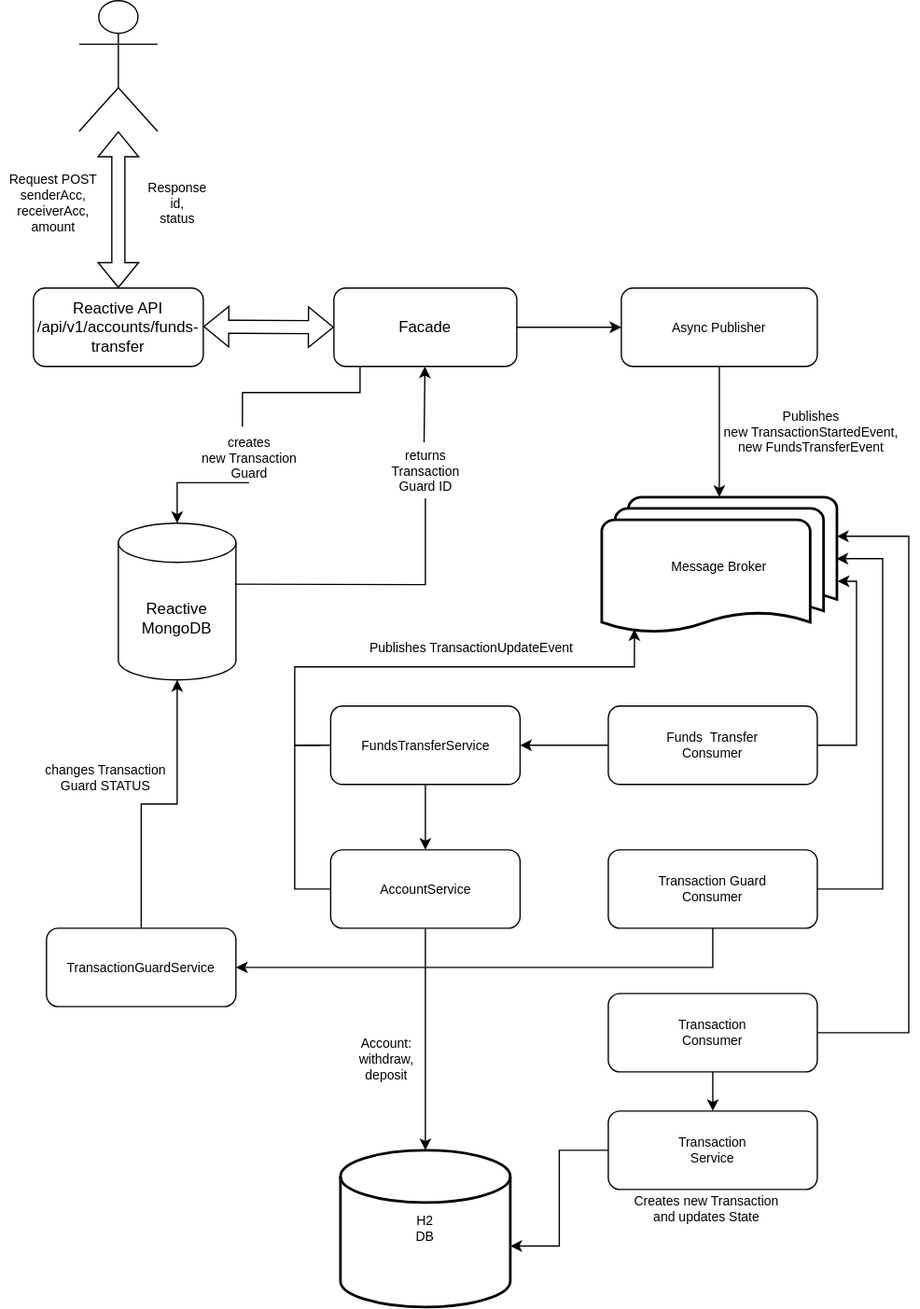
Before: flow.svg, a diagram exported from draw.io (morthenn/can-into-space). Source tidied: cells renumbered, new cells last; positions are measured from the earlier drawing's top-left corner, leaving out a move shared by most shapes. Its diagram source:
```xml
<mxGraphModel>
  <root>
    <mxCell id="0" />
    <mxCell id="1" parent="0" />
    <mxCell id="2" value="Reactive API&lt;br&gt;/api/v1/accounts/funds-transfer" style="rounded=1;whiteSpace=wrap;html=1;" parent="1" vertex="1">
      <mxGeometry x="25" y="220" width="130" height="60" as="geometry" />
    </mxCell>
    <mxCell id="3" value="Reactive&lt;br&gt;MongoDB" style="shape=cylinder3;whiteSpace=wrap;html=1;boundedLbl=1;backgroundOutline=1;size=15;" parent="1" vertex="1">
      <mxGeometry x="90" y="400" width="90" height="120" as="geometry" />
    </mxCell>
    <mxCell id="4" value="Facade" style="rounded=1;whiteSpace=wrap;html=1;" parent="1" vertex="1">
      <mxGeometry x="255" y="220" width="140" height="60" as="geometry" />
    </mxCell>
    <mxCell id="5" style="endArrow=classic;html=1;rounded=0;exitX=0.5;exitY=0.975;exitDx=0;exitDy=0;exitPerimeter=0;startArrow=none;" parent="1" edge="1" source="6" target="3">
      <mxGeometry relative="1" as="geometry">
        <Array as="points">
          <mxPoint x="135" y="369" />
        </Array>
      </mxGeometry>
    </mxCell>
    <mxCell id="6" value="creates&lt;br style=&quot;font-size: 10px&quot;&gt;new Transaction&lt;br&gt;Guard" style="text;html=1;align=center;verticalAlign=middle;points=[];strokeColor=none;fillColor=none;fontSize=10;" parent="1" vertex="1">
      <mxGeometry x="145" y="330" width="90" height="40" as="geometry" />
    </mxCell>
    <mxCell id="7" style="endArrow=none;html=1;rounded=0;entryX=0.444;entryY=-0.1;entryDx=0;entryDy=0;entryPerimeter=0;" parent="1" edge="1" target="6">
      <mxGeometry relative="1" as="geometry">
        <mxPoint x="275" y="280" as="sourcePoint" />
        <Array as="points">
          <mxPoint x="275" y="300" />
          <mxPoint x="185" y="300" />
        </Array>
      </mxGeometry>
    </mxCell>
    <mxCell id="8" style="endArrow=none;html=1;rounded=0;exitX=0.5;exitY=1.025;exitDx=0;exitDy=0;exitPerimeter=0;startArrow=none;endFill=0;entryX=0.991;entryY=0.389;entryDx=0;entryDy=0;entryPerimeter=0;" parent="1" edge="1" source="9" target="3">
      <mxGeometry relative="1" as="geometry">
        <Array as="points">
          <mxPoint x="325" y="447" />
        </Array>
      </mxGeometry>
    </mxCell>
    <mxCell id="9" value="returns &lt;br&gt;Transaction&lt;br&gt;Guard ID" style="text;html=1;align=center;verticalAlign=middle;points=[];strokeColor=none;fillColor=none;fontSize=10;" parent="1" vertex="1">
      <mxGeometry x="290" y="340" width="70" height="40" as="geometry" />
    </mxCell>
    <mxCell id="10" style="endArrow=none;html=1;rounded=0;startArrow=classic;startFill=1;entryX=0.486;entryY=-0.05;entryDx=0;entryDy=0;entryPerimeter=0;" parent="1" edge="1" source="4" target="9">
      <mxGeometry relative="1" as="geometry" />
    </mxCell>
    <mxCell id="11" style="shape=umlActor;verticalLabelPosition=bottom;verticalAlign=top;html=1;fontSize=10;" parent="1" vertex="1">
      <mxGeometry x="60" width="60" height="100" as="geometry" />
    </mxCell>
    <mxCell id="12" style="edgeStyle=orthogonalEdgeStyle;rounded=0;jettySize=auto;html=1;entryX=0.467;entryY=0.833;entryDx=0;entryDy=0;entryPerimeter=0;fontSize=10;startArrow=classic;startFill=1;endArrow=none;endFill=0;" parent="1" edge="1" source="13" target="15">
      <mxGeometry relative="1" as="geometry">
        <Array as="points">
          <mxPoint x="550" y="270" />
        </Array>
      </mxGeometry>
    </mxCell>
    <mxCell id="13" value="Message Broker" style="strokeWidth=2;html=1;shape=mxgraph.flowchart.multi-document;whiteSpace=wrap;fontSize=10;" parent="1" vertex="1">
      <mxGeometry x="460" y="380" width="180" height="105" as="geometry" />
    </mxCell>
    <mxCell id="14" style="edgeStyle=orthogonalEdgeStyle;rounded=0;jettySize=auto;html=1;fontSize=10;startArrow=classic;startFill=1;endArrow=none;endFill=0;" parent="1" edge="1" source="15" target="4">
      <mxGeometry relative="1" as="geometry" />
    </mxCell>
    <mxCell id="15" value="Async Publisher" style="rounded=1;whiteSpace=wrap;html=1;fontSize=10;" parent="1" vertex="1">
      <mxGeometry x="475" y="220" width="150" height="60" as="geometry" />
    </mxCell>
    <mxCell id="16" style="shape=flexArrow;endArrow=classic;startArrow=classic;html=1;rounded=0;fontSize=10;entryX=0.5;entryY=0;entryDx=0;entryDy=0;" parent="1" edge="1" target="2">
      <mxGeometry relative="1" as="geometry">
        <mxPoint x="90" y="100" as="sourcePoint" />
      </mxGeometry>
    </mxCell>
    <mxCell id="17" style="shape=flexArrow;endArrow=classic;startArrow=classic;html=1;rounded=0;fontSize=10;entryX=0;entryY=0.5;entryDx=0;entryDy=0;" parent="1" edge="1" target="4">
      <mxGeometry relative="1" as="geometry">
        <mxPoint x="155" y="249.5" as="sourcePoint" />
      </mxGeometry>
    </mxCell>
    <mxCell id="18" value="Request POST&lt;br&gt;senderAcc,&lt;br&gt;receiverAcc,&lt;br&gt;amount" style="text;html=1;align=center;verticalAlign=middle;strokeColor=none;fillColor=none;fontSize=10;" parent="1" vertex="1">
      <mxGeometry y="130" width="80" height="50" as="geometry" />
    </mxCell>
    <mxCell id="19" value="Response&lt;br&gt;id,&lt;br&gt;status" style="text;html=1;align=center;verticalAlign=middle;strokeColor=none;fillColor=none;fontSize=10;" parent="1" vertex="1">
      <mxGeometry x="105" y="135" width="60" height="40" as="geometry" />
    </mxCell>
    <mxCell id="20" value="Publishes&lt;br&gt;new TransactionStartedEvent,&lt;br&gt;new FundsTransferEvent" style="text;html=1;align=center;verticalAlign=middle;strokeColor=none;fillColor=none;fontSize=10;" parent="1" vertex="1">
      <mxGeometry x="545" y="310" width="150" height="40" as="geometry" />
    </mxCell>
    <mxCell id="21" style="edgeStyle=orthogonalEdgeStyle;rounded=0;jettySize=auto;html=1;fontSize=10;startArrow=none;startFill=0;endArrow=classic;endFill=1;exitX=1;exitY=0.5;exitDx=0;exitDy=0;entryX=1.003;entryY=0.613;entryDx=0;entryDy=0;entryPerimeter=0;" parent="1" edge="1" source="22" target="13">
      <mxGeometry relative="1" as="geometry">
        <Array as="points">
          <mxPoint x="655" y="570" />
          <mxPoint x="655" y="444" />
        </Array>
      </mxGeometry>
    </mxCell>
    <mxCell id="22" value="Funds&amp;nbsp; Transfer&lt;br&gt;Consumer" style="rounded=1;whiteSpace=wrap;html=1;fontSize=10;" parent="1" vertex="1">
      <mxGeometry x="465" y="540" width="160" height="60" as="geometry" />
    </mxCell>
    <mxCell id="23" style="edgeStyle=orthogonalEdgeStyle;rounded=0;jettySize=auto;html=1;fontSize=10;startArrow=none;startFill=0;endArrow=classic;endFill=1;exitX=1;exitY=0.5;exitDx=0;exitDy=0;" parent="1" edge="1" source="25" target="13">
      <mxGeometry relative="1" as="geometry">
        <Array as="points">
          <mxPoint x="695" y="790" />
          <mxPoint x="695" y="410" />
        </Array>
      </mxGeometry>
    </mxCell>
    <mxCell id="24" style="edgeStyle=orthogonalEdgeStyle;rounded=0;jettySize=auto;html=1;fontSize=10;startArrow=none;startFill=0;endArrow=classic;endFill=1;" parent="1" edge="1" source="25" target="43">
      <mxGeometry relative="1" as="geometry" />
    </mxCell>
    <mxCell id="25" value="Transaction&lt;br&gt;Consumer" style="rounded=1;whiteSpace=wrap;html=1;fontSize=10;" parent="1" vertex="1">
      <mxGeometry x="465" y="760" width="160" height="60" as="geometry" />
    </mxCell>
    <mxCell id="26" style="edgeStyle=orthogonalEdgeStyle;rounded=0;jettySize=auto;html=1;entryX=1;entryY=0.5;entryDx=0;entryDy=0;fontSize=10;startArrow=none;startFill=0;endArrow=classic;endFill=1;exitX=0;exitY=0.5;exitDx=0;exitDy=0;" parent="1" edge="1" source="22" target="32">
      <mxGeometry relative="1" as="geometry">
        <Array as="points">
          <mxPoint x="405" y="570" />
          <mxPoint x="405" y="570" />
        </Array>
      </mxGeometry>
    </mxCell>
    <mxCell id="27" style="edgeStyle=orthogonalEdgeStyle;rounded=0;jettySize=auto;html=1;entryX=1;entryY=0.5;entryDx=0;entryDy=0;fontSize=10;startArrow=none;startFill=0;endArrow=classic;endFill=1;" parent="1" edge="1" source="28" target="39">
      <mxGeometry relative="1" as="geometry">
        <Array as="points">
          <mxPoint x="545" y="740" />
        </Array>
      </mxGeometry>
    </mxCell>
    <mxCell id="28" value="Transaction Guard&lt;br&gt;Consumer" style="rounded=1;whiteSpace=wrap;html=1;fontSize=10;" parent="1" vertex="1">
      <mxGeometry x="465" y="650" width="160" height="60" as="geometry" />
    </mxCell>
    <mxCell id="29" style="edgeStyle=orthogonalEdgeStyle;rounded=0;jettySize=auto;html=1;fontSize=10;startArrow=none;startFill=0;endArrow=classic;endFill=1;exitX=1;exitY=0.5;exitDx=0;exitDy=0;entryX=0.998;entryY=0.449;entryDx=0;entryDy=0;entryPerimeter=0;" parent="1" edge="1" source="28" target="13">
      <mxGeometry relative="1" as="geometry">
        <Array as="points">
          <mxPoint x="675" y="680" />
          <mxPoint x="675" y="427" />
        </Array>
      </mxGeometry>
    </mxCell>
    <mxCell id="30" value="H2&lt;br&gt;DB" style="strokeWidth=2;html=1;shape=mxgraph.flowchart.database;whiteSpace=wrap;fontSize=10;" parent="1" vertex="1">
      <mxGeometry x="260" y="880" width="130" height="120" as="geometry" />
    </mxCell>
    <mxCell id="31" style="edgeStyle=orthogonalEdgeStyle;rounded=0;jettySize=auto;html=1;entryX=0.139;entryY=0.962;entryDx=0;entryDy=0;entryPerimeter=0;fontSize=10;startArrow=none;startFill=0;endArrow=classic;endFill=1;" parent="1" edge="1" source="32" target="13">
      <mxGeometry relative="1" as="geometry">
        <Array as="points">
          <mxPoint x="225" y="570" />
          <mxPoint x="225" y="510" />
          <mxPoint x="485" y="510" />
        </Array>
      </mxGeometry>
    </mxCell>
    <mxCell id="32" value="FundsTransferService&lt;br&gt;" style="rounded=1;whiteSpace=wrap;html=1;fontSize=10;" parent="1" vertex="1">
      <mxGeometry x="252.5" y="540" width="145" height="60" as="geometry" />
    </mxCell>
    <mxCell id="33" style="edgeStyle=orthogonalEdgeStyle;rounded=0;jettySize=auto;html=1;entryX=0.5;entryY=0;entryDx=0;entryDy=0;entryPerimeter=0;fontSize=10;startArrow=none;startFill=0;endArrow=classic;endFill=1;" parent="1" edge="1" source="34" target="30">
      <mxGeometry relative="1" as="geometry" />
    </mxCell>
    <mxCell id="34" value="AccountService" style="rounded=1;whiteSpace=wrap;html=1;fontSize=10;" parent="1" vertex="1">
      <mxGeometry x="252.5" y="650" width="145" height="60" as="geometry" />
    </mxCell>
    <mxCell id="35" style="edgeStyle=orthogonalEdgeStyle;rounded=0;jettySize=auto;html=1;fontSize=10;startArrow=none;startFill=0;endArrow=none;endFill=0;exitX=0;exitY=0.5;exitDx=0;exitDy=0;" parent="1" edge="1" source="34">
      <mxGeometry relative="1" as="geometry">
        <mxPoint x="245" y="570" as="targetPoint" />
        <Array as="points">
          <mxPoint x="225" y="680" />
          <mxPoint x="225" y="570" />
        </Array>
      </mxGeometry>
    </mxCell>
    <mxCell id="36" value="Publishes TransactionUpdateEvent" style="text;html=1;align=center;verticalAlign=middle;strokeColor=none;fillColor=none;fontSize=10;" parent="1" vertex="1">
      <mxGeometry x="275" y="485" width="170" height="20" as="geometry" />
    </mxCell>
    <mxCell id="37" style="edgeStyle=orthogonalEdgeStyle;rounded=0;jettySize=auto;html=1;fontSize=10;startArrow=none;startFill=0;endArrow=classic;endFill=1;exitX=0.5;exitY=1;exitDx=0;exitDy=0;" parent="1" edge="1" source="32">
      <mxGeometry relative="1" as="geometry">
        <mxPoint x="325" y="650" as="targetPoint" />
        <Array as="points">
          <mxPoint x="325" y="620" />
          <mxPoint x="325" y="620" />
        </Array>
      </mxGeometry>
    </mxCell>
    <mxCell id="38" style="edgeStyle=orthogonalEdgeStyle;rounded=0;jettySize=auto;html=1;entryX=0.5;entryY=1;entryDx=0;entryDy=0;entryPerimeter=0;fontSize=10;startArrow=none;startFill=0;endArrow=classic;endFill=1;" parent="1" edge="1" source="39" target="3">
      <mxGeometry relative="1" as="geometry" />
    </mxCell>
    <mxCell id="39" value="TransactionGuardService&lt;br&gt;" style="rounded=1;whiteSpace=wrap;html=1;fontSize=10;" parent="1" vertex="1">
      <mxGeometry x="35" y="710" width="145" height="60" as="geometry" />
    </mxCell>
    <mxCell id="40" value="changes Transaction&lt;br&gt;Guard STATUS" style="text;html=1;align=center;verticalAlign=middle;strokeColor=none;fillColor=none;fontSize=10;" parent="1" vertex="1">
      <mxGeometry x="25" y="580" width="110" height="30" as="geometry" />
    </mxCell>
    <mxCell id="41" value="Creates new Transaction&lt;br&gt;and updates State" style="text;html=1;align=center;verticalAlign=middle;strokeColor=none;fillColor=none;fontSize=10;" parent="1" vertex="1">
      <mxGeometry x="475" y="910" width="130" height="30" as="geometry" />
    </mxCell>
    <mxCell id="42" style="edgeStyle=orthogonalEdgeStyle;rounded=0;jettySize=auto;html=1;entryX=1;entryY=0.611;entryDx=0;entryDy=0;entryPerimeter=0;fontSize=10;startArrow=none;startFill=0;endArrow=classic;endFill=1;" parent="1" edge="1" source="43" target="30">
      <mxGeometry relative="1" as="geometry" />
    </mxCell>
    <mxCell id="43" value="Transaction&lt;br&gt;Service" style="rounded=1;whiteSpace=wrap;html=1;fontSize=10;" parent="1" vertex="1">
      <mxGeometry x="465" y="850" width="160" height="60" as="geometry" />
    </mxCell>
    <mxCell id="44" value="Account:&lt;br&gt;withdraw,&lt;br&gt;deposit" style="text;html=1;align=center;verticalAlign=middle;strokeColor=none;fillColor=none;fontSize=10;" parent="1" vertex="1">
      <mxGeometry x="265" y="790" width="60" height="40" as="geometry" />
    </mxCell>
  </root>
</mxGraphModel>
```
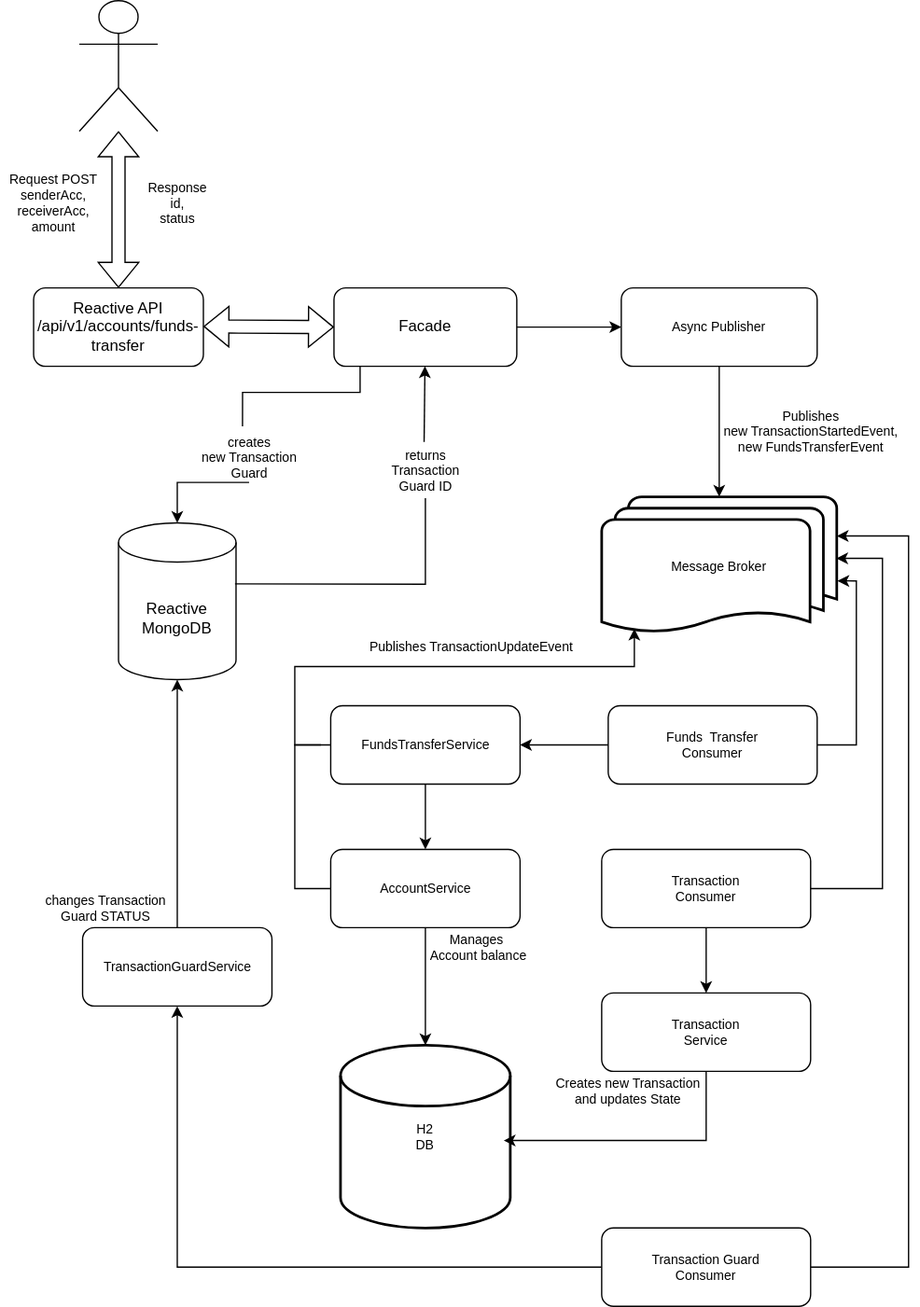
Above is the later version.

What changed in the source:
```diff
@@ -92,10 +92,10 @@
     <mxCell id="22" value="Funds&amp;nbsp; Transfer&lt;br&gt;Consumer" style="rounded=1;whiteSpace=wrap;html=1;fontSize=10;" parent="1" vertex="1">
       <mxGeometry x="465" y="540" width="160" height="60" as="geometry" />
     </mxCell>
-    <mxCell id="23" style="edgeStyle=orthogonalEdgeStyle;rounded=0;jettySize=auto;html=1;fontSize=10;startArrow=none;startFill=0;endArrow=classic;endFill=1;exitX=1;exitY=0.5;exitDx=0;exitDy=0;" parent="1" edge="1" source="25" target="13">
+    <mxCell id="23" style="edgeStyle=orthogonalEdgeStyle;rounded=0;jettySize=auto;html=1;fontSize=10;startArrow=none;startFill=0;endArrow=classic;endFill=1;exitX=1;exitY=0.5;exitDx=0;exitDy=0;" parent="1" edge="1" source="28" target="13">
       <mxGeometry relative="1" as="geometry">
         <Array as="points">
-          <mxPoint x="695" y="790" />
+          <mxPoint x="695" y="970" />
           <mxPoint x="695" y="410" />
         </Array>
       </mxGeometry>
@@ -104,7 +104,7 @@
       <mxGeometry relative="1" as="geometry" />
     </mxCell>
     <mxCell id="25" value="Transaction&lt;br&gt;Consumer" style="rounded=1;whiteSpace=wrap;html=1;fontSize=10;" parent="1" vertex="1">
-      <mxGeometry x="465" y="760" width="160" height="60" as="geometry" />
+      <mxGeometry x="460" y="650" width="160" height="60" as="geometry" />
     </mxCell>
     <mxCell id="26" style="edgeStyle=orthogonalEdgeStyle;rounded=0;jettySize=auto;html=1;entryX=1;entryY=0.5;entryDx=0;entryDy=0;fontSize=10;startArrow=none;startFill=0;endArrow=classic;endFill=1;exitX=0;exitY=0.5;exitDx=0;exitDy=0;" parent="1" edge="1" source="22" target="32">
       <mxGeometry relative="1" as="geometry">
@@ -114,17 +114,17 @@
         </Array>
       </mxGeometry>
     </mxCell>
-    <mxCell id="27" style="edgeStyle=orthogonalEdgeStyle;rounded=0;jettySize=auto;html=1;entryX=1;entryY=0.5;entryDx=0;entryDy=0;fontSize=10;startArrow=none;startFill=0;endArrow=classic;endFill=1;" parent="1" edge="1" source="28" target="39">
+    <mxCell id="27" style="edgeStyle=orthogonalEdgeStyle;rounded=0;jettySize=auto;html=1;fontSize=10;startArrow=none;startFill=0;endArrow=classic;endFill=1;exitX=0;exitY=0.5;exitDx=0;exitDy=0;" parent="1" edge="1" source="28" target="39">
       <mxGeometry relative="1" as="geometry">
         <Array as="points">
-          <mxPoint x="545" y="740" />
+          <mxPoint x="135" y="970" />
         </Array>
       </mxGeometry>
     </mxCell>
     <mxCell id="28" value="Transaction Guard&lt;br&gt;Consumer" style="rounded=1;whiteSpace=wrap;html=1;fontSize=10;" parent="1" vertex="1">
-      <mxGeometry x="465" y="650" width="160" height="60" as="geometry" />
+      <mxGeometry x="460" y="940" width="160" height="60" as="geometry" />
     </mxCell>
-    <mxCell id="29" style="edgeStyle=orthogonalEdgeStyle;rounded=0;jettySize=auto;html=1;fontSize=10;startArrow=none;startFill=0;endArrow=classic;endFill=1;exitX=1;exitY=0.5;exitDx=0;exitDy=0;entryX=0.998;entryY=0.449;entryDx=0;entryDy=0;entryPerimeter=0;" parent="1" edge="1" source="28" target="13">
+    <mxCell id="29" style="edgeStyle=orthogonalEdgeStyle;rounded=0;jettySize=auto;html=1;fontSize=10;startArrow=none;startFill=0;endArrow=classic;endFill=1;exitX=1;exitY=0.5;exitDx=0;exitDy=0;entryX=0.998;entryY=0.449;entryDx=0;entryDy=0;entryPerimeter=0;" parent="1" edge="1" source="25" target="13">
       <mxGeometry relative="1" as="geometry">
         <Array as="points">
           <mxPoint x="675" y="680" />
@@ -133,7 +133,7 @@
       </mxGeometry>
     </mxCell>
     <mxCell id="30" value="H2&lt;br&gt;DB" style="strokeWidth=2;html=1;shape=mxgraph.flowchart.database;whiteSpace=wrap;fontSize=10;" parent="1" vertex="1">
-      <mxGeometry x="260" y="880" width="130" height="120" as="geometry" />
+      <mxGeometry x="260" y="800" width="130" height="140" as="geometry" />
     </mxCell>
     <mxCell id="31" style="edgeStyle=orthogonalEdgeStyle;rounded=0;jettySize=auto;html=1;entryX=0.139;entryY=0.962;entryDx=0;entryDy=0;entryPerimeter=0;fontSize=10;startArrow=none;startFill=0;endArrow=classic;endFill=1;" parent="1" edge="1" source="32" target="13">
       <mxGeometry relative="1" as="geometry">
@@ -178,22 +178,28 @@
       <mxGeometry relative="1" as="geometry" />
     </mxCell>
     <mxCell id="39" value="TransactionGuardService&lt;br&gt;" style="rounded=1;whiteSpace=wrap;html=1;fontSize=10;" parent="1" vertex="1">
-      <mxGeometry x="35" y="710" width="145" height="60" as="geometry" />
+      <mxGeometry x="62.5" y="710" width="145" height="60" as="geometry" />
     </mxCell>
     <mxCell id="40" value="changes Transaction&lt;br&gt;Guard STATUS" style="text;html=1;align=center;verticalAlign=middle;strokeColor=none;fillColor=none;fontSize=10;" parent="1" vertex="1">
-      <mxGeometry x="25" y="580" width="110" height="30" as="geometry" />
+      <mxGeometry x="25" y="680" width="110" height="30" as="geometry" />
     </mxCell>
     <mxCell id="41" value="Creates new Transaction&lt;br&gt;and updates State" style="text;html=1;align=center;verticalAlign=middle;strokeColor=none;fillColor=none;fontSize=10;" parent="1" vertex="1">
-      <mxGeometry x="475" y="910" width="130" height="30" as="geometry" />
+      <mxGeometry x="415" y="820" width="130" height="30" as="geometry" />
     </mxCell>
-    <mxCell id="42" style="edgeStyle=orthogonalEdgeStyle;rounded=0;jettySize=auto;html=1;entryX=1;entryY=0.611;entryDx=0;entryDy=0;entryPerimeter=0;fontSize=10;startArrow=none;startFill=0;endArrow=classic;endFill=1;" parent="1" edge="1" source="43" target="30">
-      <mxGeometry relative="1" as="geometry" />
+    <mxCell id="42" style="edgeStyle=orthogonalEdgeStyle;rounded=0;jettySize=auto;html=1;fontSize=10;startArrow=none;startFill=0;endArrow=classic;endFill=1;" parent="1" edge="1" source="43">
+      <mxGeometry relative="1" as="geometry">
+        <mxPoint x="385" y="873" as="targetPoint" />
+        <Array as="points">
+          <mxPoint x="445" y="873" />
+          <mxPoint x="445" y="873" />
+        </Array>
+      </mxGeometry>
     </mxCell>
     <mxCell id="43" value="Transaction&lt;br&gt;Service" style="rounded=1;whiteSpace=wrap;html=1;fontSize=10;" parent="1" vertex="1">
-      <mxGeometry x="465" y="850" width="160" height="60" as="geometry" />
+      <mxGeometry x="460" y="760" width="160" height="60" as="geometry" />
     </mxCell>
-    <mxCell id="44" value="Account:&lt;br&gt;withdraw,&lt;br&gt;deposit" style="text;html=1;align=center;verticalAlign=middle;strokeColor=none;fillColor=none;fontSize=10;" parent="1" vertex="1">
-      <mxGeometry x="265" y="790" width="60" height="40" as="geometry" />
+    <mxCell id="44" value="Manages&lt;br&gt;&amp;nbsp;Account balance" style="text;html=1;align=center;verticalAlign=middle;strokeColor=none;fillColor=none;fontSize=10;" parent="1" vertex="1">
+      <mxGeometry x="319" y="710" width="90" height="30" as="geometry" />
     </mxCell>
   </root>
 </mxGraphModel>
```
